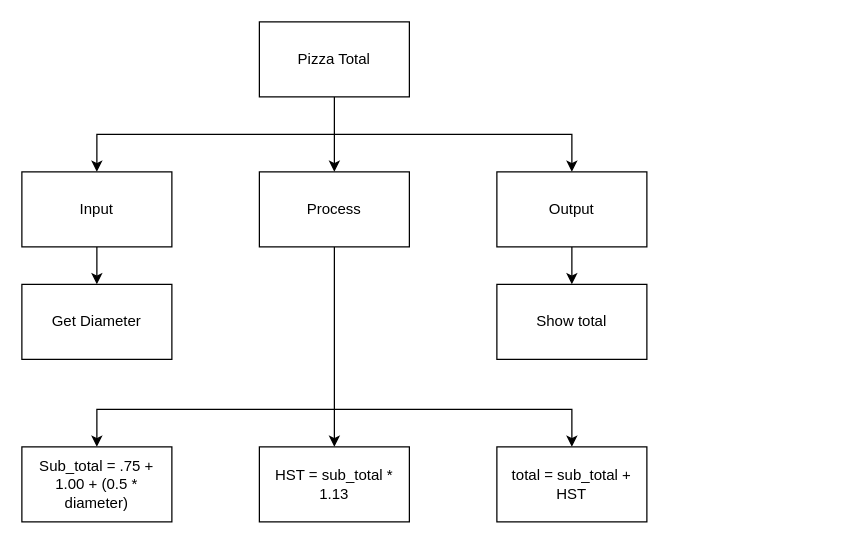
This is Draw.io/topdown.drawio from Peter-Gemmell/ICS3U-Unit4-04-Python, a draw.io file, before an edit. Source tidied: cells renumbered, new cells numbered last; positions are measured from the earlier drawing's top-left corner, leaving out a move shared by most shapes. Both pictures are drawn from the tidied source at 125%, with x=0, y=0 at pixel (21, 21).
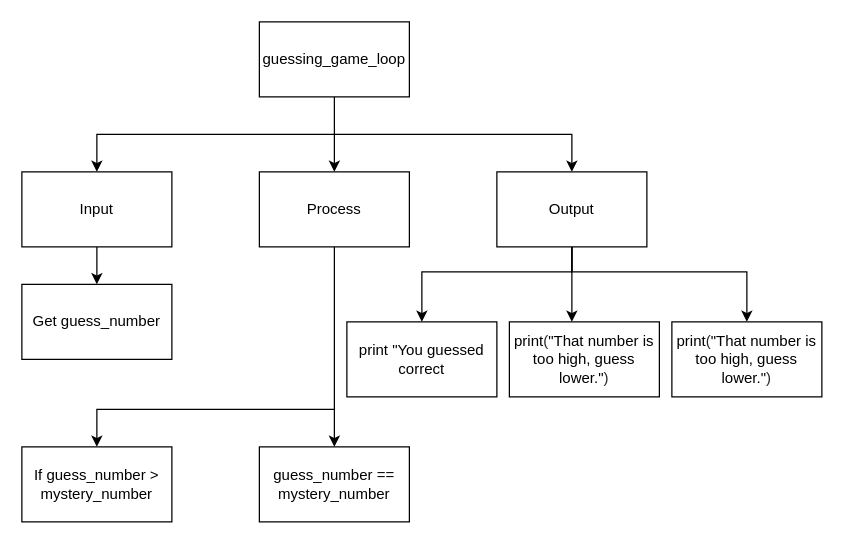
After the change.

The change refers to these unchanged cells:
```xml
<mxCell id="13" value="Output" style="rounded=0;whiteSpace=wrap;html=1;" parent="1" vertex="1">
  <mxGeometry x="380" y="120" width="120" height="60" as="geometry" />
</mxCell>
```

Diff of the diagram source:
```diff
@@
-    <mxCell id="5" value="Pizza Total" style="rounded=0;whiteSpace=wrap;html=1;" parent="1" vertex="1">
+    <mxCell id="5" value="guessing_game_loop" style="rounded=0;whiteSpace=wrap;html=1;" parent="1" vertex="1">
       <mxGeometry x="190" width="120" height="60" as="geometry" />
     </mxCell>
@@
-    <mxCell id="9" style="edgeStyle=none;rounded=0;html=1;entryX=0.5;entryY=0;entryDx=0;entryDy=0;" parent="1" edge="1" target="18">
-      <mxGeometry relative="1" as="geometry">
-        <mxPoint x="250" y="310" as="sourcePoint" />
-        <Array as="points">
-          <mxPoint x="440" y="310" />
-        </Array>
-      </mxGeometry>
-    </mxCell>
@@
-    <mxCell id="12" style="edgeStyle=none;rounded=0;html=1;" parent="1" edge="1" source="13" target="15">
-      <mxGeometry relative="1" as="geometry" />
+    <mxCell id="12" style="edgeStyle=none;rounded=0;html=1;" parent="1" edge="1" source="13">
+      <mxGeometry relative="1" as="geometry">
+        <mxPoint x="440" y="240" as="targetPoint" />
+      </mxGeometry>
     </mxCell>
+    <mxCell id="19" style="edgeStyle=none;html=1;entryX=0.5;entryY=0;entryDx=0;entryDy=0;rounded=0;" parent="1" edge="1" source="13" target="21">
+      <mxGeometry relative="1" as="geometry">
+        <Array as="points">
+          <mxPoint x="440" y="200" />
+          <mxPoint x="320" y="200" />
+        </Array>
+      </mxGeometry>
+    </mxCell>
+    <mxCell id="20" style="edgeStyle=none;rounded=0;html=1;entryX=0.5;entryY=0;entryDx=0;entryDy=0;exitX=0.5;exitY=1;exitDx=0;exitDy=0;" parent="1" edge="1" source="13" target="22">
+      <mxGeometry relative="1" as="geometry">
+        <Array as="points">
+          <mxPoint x="440" y="200" />
+          <mxPoint x="580" y="200" />
+        </Array>
+      </mxGeometry>
+    </mxCell>
@@
-    <mxCell id="14" value="Get Diameter" style="rounded=0;whiteSpace=wrap;html=1;" parent="1" vertex="1">
+    <mxCell id="14" value="Get guess_number" style="rounded=0;whiteSpace=wrap;html=1;" parent="1" vertex="1">
       <mxGeometry y="210" width="120" height="60" as="geometry" />
     </mxCell>
-    <mxCell id="15" value="Show total" style="rounded=0;whiteSpace=wrap;html=1;" parent="1" vertex="1">
-      <mxGeometry x="380" y="210" width="120" height="60" as="geometry" />
+    <mxCell id="15" value="&lt;span class=&quot;pl-en&quot; style=&quot;text-align: left ; box-sizing: border-box ; background-color: rgb(255 , 255 , 255)&quot;&gt;&lt;span class=&quot;pl-token&quot; style=&quot;box-sizing: border-box&quot;&gt;print&lt;/span&gt;&lt;/span&gt;&lt;span style=&quot;text-align: left ; color: rgb(36 , 41 , 47) ; background-color: rgb(255 , 255 , 255)&quot;&gt;(&lt;/span&gt;&lt;span class=&quot;pl-s&quot; style=&quot;text-align: left ; box-sizing: border-box ; background-color: rgb(255 , 255 , 255)&quot;&gt;&quot;That number is too high, guess lower.&quot;&lt;/span&gt;&lt;span style=&quot;text-align: left ; color: rgb(36 , 41 , 47) ; background-color: rgb(255 , 255 , 255)&quot;&gt;)&lt;/span&gt;" style="rounded=0;whiteSpace=wrap;html=1;" parent="1" vertex="1">
+      <mxGeometry x="390" y="240" width="120" height="60" as="geometry" />
     </mxCell>
-    <mxCell id="16" value="HST = sub_total * 1.13" style="rounded=0;whiteSpace=wrap;html=1;" parent="1" vertex="1">
+    <mxCell id="16" value="&lt;span&gt;guess_number == mystery_number&lt;/span&gt;" style="rounded=0;whiteSpace=wrap;html=1;" parent="1" vertex="1">
       <mxGeometry x="190" y="340" width="120" height="60" as="geometry" />
     </mxCell>
-    <mxCell id="17" value="Sub_total = .75 + 1.00 + (0.5 * diameter)" style="rounded=0;whiteSpace=wrap;html=1;" parent="1" vertex="1">
+    <mxCell id="17" value="&lt;span&gt;If guess_number &amp;gt; mystery_number&lt;/span&gt;" style="rounded=0;whiteSpace=wrap;html=1;" parent="1" vertex="1">
       <mxGeometry y="340" width="120" height="60" as="geometry" />
     </mxCell>
-    <mxCell id="18" value="total = sub_total + HST" style="rounded=0;whiteSpace=wrap;html=1;" parent="1" vertex="1">
-      <mxGeometry x="380" y="340" width="120" height="60" as="geometry" />
-    </mxCell>
+    <mxCell id="21" value="&lt;span&gt;print &quot;You guessed correct&lt;/span&gt;" style="rounded=0;whiteSpace=wrap;html=1;" parent="1" vertex="1">
+      <mxGeometry x="260" y="240" width="120" height="60" as="geometry" />
+    </mxCell>
+    <mxCell id="22" value="&lt;span class=&quot;pl-en&quot; style=&quot;text-align: left ; box-sizing: border-box ; background-color: rgb(255 , 255 , 255)&quot;&gt;&lt;span class=&quot;pl-token&quot; style=&quot;box-sizing: border-box&quot;&gt;print&lt;/span&gt;&lt;/span&gt;&lt;span style=&quot;text-align: left ; color: rgb(36 , 41 , 47) ; background-color: rgb(255 , 255 , 255)&quot;&gt;(&lt;/span&gt;&lt;span class=&quot;pl-s&quot; style=&quot;text-align: left ; box-sizing: border-box ; background-color: rgb(255 , 255 , 255)&quot;&gt;&quot;That number is too high, guess lower.&quot;&lt;/span&gt;&lt;span style=&quot;text-align: left ; color: rgb(36 , 41 , 47) ; background-color: rgb(255 , 255 , 255)&quot;&gt;)&lt;/span&gt;" style="rounded=0;whiteSpace=wrap;html=1;" parent="1" vertex="1">
+      <mxGeometry x="520" y="240" width="120" height="60" as="geometry" />
+    </mxCell>
```
